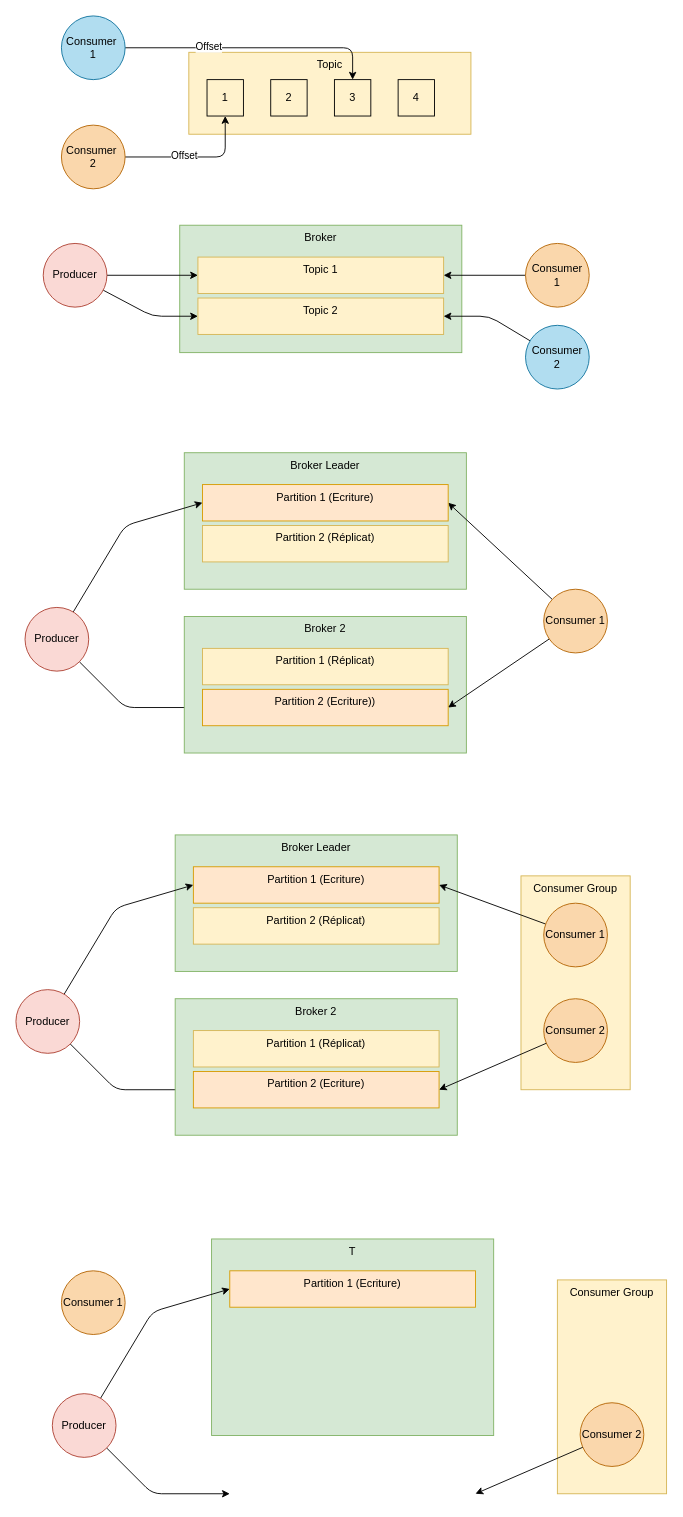
titigmr/cours-data keeps this draw.io diagram as data-ing.drawio. Above is the earlier version. Source tidied: cells renumbered, new cells numbered last; positions are measured from the earlier drawing's top-left corner, leaving out a move shared by most shapes. Both pictures are drawn from the tidied source at 91%, with x=0, y=0 at pixel (15, 15).
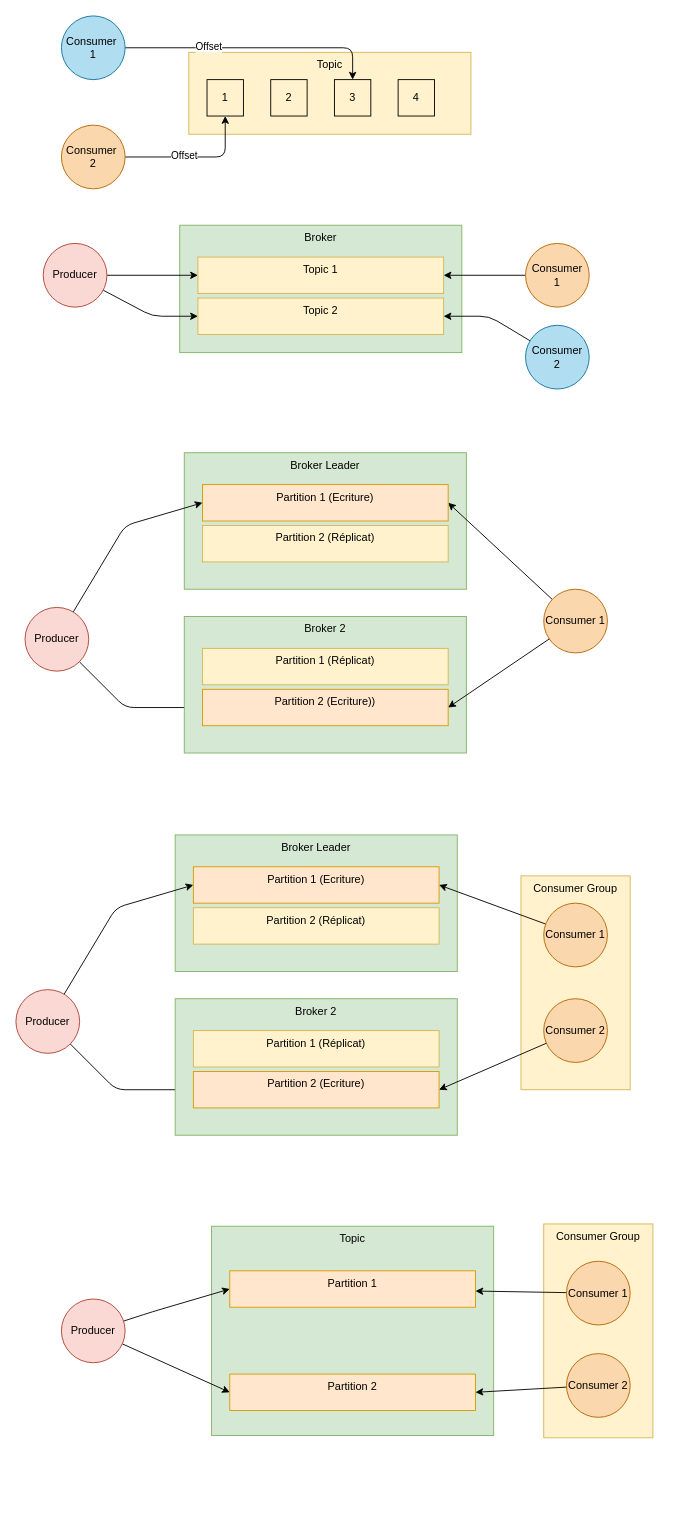
Above is the later version.

What changed in the source:
```diff
@@
     <mxCell id="49" value="Consumer Group" style="rounded=0;whiteSpace=wrap;html=1;fillColor=#fff2cc;strokeColor=#d6b656;verticalAlign=top;" parent="1" vertex="1">
-      <mxGeometry x="595" y="1389" width="120" height="235" as="geometry" />
+      <mxGeometry x="580" y="1327.5" width="120" height="235" as="geometry" />
     </mxCell>
-    <mxCell id="50" value="T" style="whiteSpace=wrap;html=1;fillColor=#d5e8d4;horizontal=1;verticalAlign=top;strokeColor=#82b366;" parent="1" vertex="1">
-      <mxGeometry x="215" y="1344" width="310" height="216" as="geometry" />
+    <mxCell id="50" value="Topic" style="whiteSpace=wrap;html=1;fillColor=#d5e8d4;horizontal=1;verticalAlign=top;strokeColor=#82b366;" parent="1" vertex="1">
+      <mxGeometry x="215" y="1330" width="310" height="230" as="geometry" />
     </mxCell>
@@
-    <mxCell id="52" style="edgeStyle=none;html=1;entryX=0;entryY=0.5;entryDx=0;entryDy=0;" parent="1" edge="1" source="53">
-      <mxGeometry relative="1" as="geometry">
-        <mxPoint x="235" y="1624" as="targetPoint" />
-        <Array as="points">
-          <mxPoint x="150" y="1624" />
-        </Array>
-      </mxGeometry>
-    </mxCell>
+    <mxCell id="58" style="edgeStyle=none;html=1;entryX=0;entryY=0.5;entryDx=0;entryDy=0;" parent="1" edge="1" source="53" target="61">
+      <mxGeometry relative="1" as="geometry" />
+    </mxCell>
     <mxCell id="53" value="Producer" style="ellipse;whiteSpace=wrap;html=1;fillColor=#fad9d5;strokeColor=#ae4132;" parent="1" vertex="1">
-      <mxGeometry x="40" y="1514" width="70" height="70" as="geometry" />
+      <mxGeometry x="50" y="1410" width="70" height="70" as="geometry" />
     </mxCell>
+    <mxCell id="59" style="edgeStyle=none;html=1;entryX=1;entryY=0.5;entryDx=0;entryDy=0;" parent="1" edge="1" source="54" target="61">
+      <mxGeometry relative="1" as="geometry" />
+    </mxCell>
     <mxCell id="54" value="Consumer 2" style="ellipse;whiteSpace=wrap;html=1;fillColor=#fad7ac;strokeColor=#b46504;" parent="1" vertex="1">
-      <mxGeometry x="620" y="1524" width="70" height="70" as="geometry" />
+      <mxGeometry x="605" y="1470" width="70" height="70" as="geometry" />
     </mxCell>
-    <mxCell id="55" value="Partition 1 (Ecriture)" style="whiteSpace=wrap;html=1;fillColor=#ffe6cc;horizontal=1;verticalAlign=top;strokeColor=#d79b00;" parent="1" vertex="1">
+    <mxCell id="55" value="Partition 1" style="whiteSpace=wrap;html=1;fillColor=#ffe6cc;horizontal=1;verticalAlign=top;strokeColor=#d79b00;" parent="1" vertex="1">
       <mxGeometry x="235" y="1379" width="270" height="40" as="geometry" />
     </mxCell>
-    <mxCell id="56" style="edgeStyle=none;html=1;entryX=1;entryY=0.5;entryDx=0;entryDy=0;" parent="1" edge="1" source="54">
-      <mxGeometry relative="1" as="geometry">
-        <mxPoint x="505" y="1624" as="targetPoint" />
-      </mxGeometry>
-    </mxCell>
+    <mxCell id="60" style="edgeStyle=none;html=1;" parent="1" edge="1" source="57" target="55">
+      <mxGeometry relative="1" as="geometry" />
+    </mxCell>
     <mxCell id="57" value="Consumer 1" style="ellipse;whiteSpace=wrap;html=1;fillColor=#fad7ac;strokeColor=#b46504;" parent="1" vertex="1">
-      <mxGeometry x="50" y="1379" width="70" height="70" as="geometry" />
+      <mxGeometry x="605" y="1368.5" width="70" height="70" as="geometry" />
     </mxCell>
+    <mxCell id="61" value="Partition 2" style="whiteSpace=wrap;html=1;fillColor=#ffe6cc;horizontal=1;verticalAlign=top;strokeColor=#d79b00;" parent="1" vertex="1">
+      <mxGeometry x="235" y="1492.5" width="270" height="40" as="geometry" />
+    </mxCell>
```
